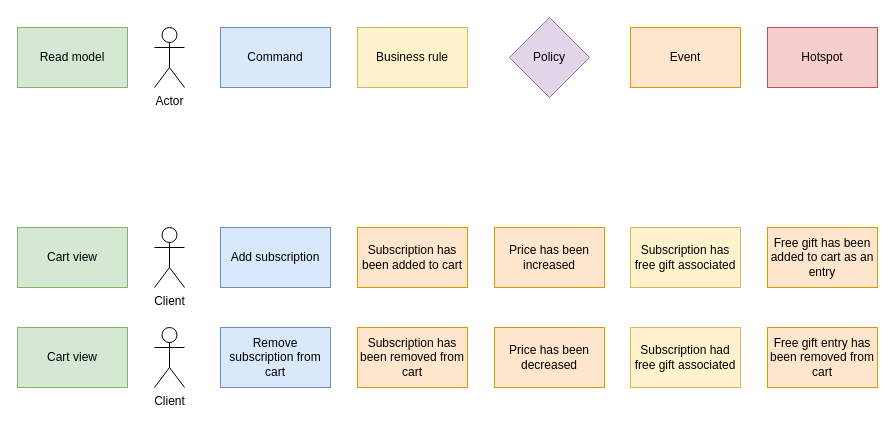
The draw.io diagram DNA_Droga_Nowoczesnego_Architekta/week_6/excercises/exc_2/subscription_dles.drawio in breader124/notes, before the edit. Source tidied: cells renumbered, new cells numbered last; positions are measured from the earlier drawing's top-left corner, leaving out a move shared by most shapes. Both pictures are drawn from the tidied source at 100%, with x=0, y=0 at pixel (17, 17).
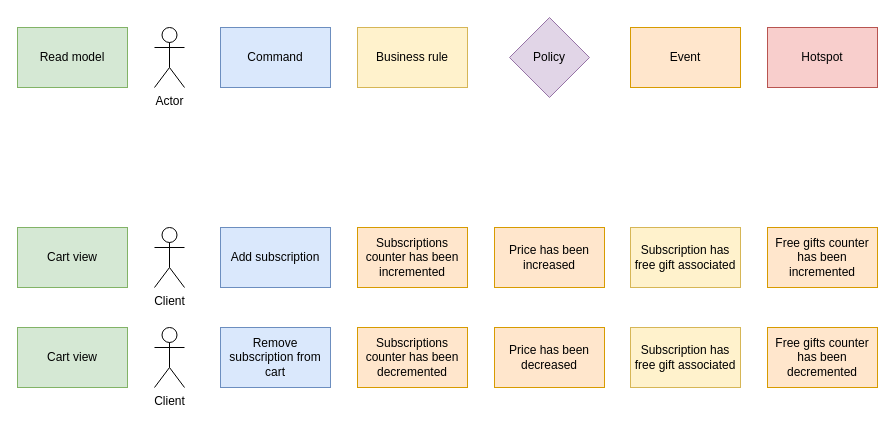
The same page after the edit.

Change to the diagram source:
```diff
@@
-    <mxCell id="11" value="Subscription has been added to cart" style="rounded=0;whiteSpace=wrap;html=1;fillColor=#ffe6cc;strokeColor=#d79b00;" parent="1" vertex="1">
+    <mxCell id="11" value="Subscriptions counter has been incremented" style="rounded=0;whiteSpace=wrap;html=1;fillColor=#ffe6cc;strokeColor=#d79b00;" parent="1" vertex="1">
       <mxGeometry x="340" y="210" width="110" height="60" as="geometry" />
     </mxCell>
@@
-    <mxCell id="14" value="Subscription has been removed from cart" style="rounded=0;whiteSpace=wrap;html=1;fillColor=#ffe6cc;strokeColor=#d79b00;" parent="1" vertex="1">
+    <mxCell id="14" value="Subscriptions counter has been decremented" style="rounded=0;whiteSpace=wrap;html=1;fillColor=#ffe6cc;strokeColor=#d79b00;" parent="1" vertex="1">
       <mxGeometry x="340" y="310" width="110" height="60" as="geometry" />
     </mxCell>
@@
-    <mxCell id="20" value="Free gift has been added to cart as an entry" style="rounded=0;whiteSpace=wrap;html=1;fillColor=#ffe6cc;strokeColor=#d79b00;" parent="1" vertex="1">
+    <mxCell id="20" value="Free gifts counter has been incremented" style="rounded=0;whiteSpace=wrap;html=1;fillColor=#ffe6cc;strokeColor=#d79b00;" parent="1" vertex="1">
       <mxGeometry x="750" y="210" width="110" height="60" as="geometry" />
     </mxCell>
-    <mxCell id="21" value="Subscription had free gift associated" style="rounded=0;whiteSpace=wrap;html=1;fillColor=#fff2cc;strokeColor=#d6b656;" parent="1" vertex="1">
+    <mxCell id="21" value="Subscription has free gift associated" style="rounded=0;whiteSpace=wrap;html=1;fillColor=#fff2cc;strokeColor=#d6b656;" parent="1" vertex="1">
       <mxGeometry x="613" y="310" width="110" height="60" as="geometry" />
     </mxCell>
-    <mxCell id="22" value="Free gift entry has been removed from cart" style="rounded=0;whiteSpace=wrap;html=1;fillColor=#ffe6cc;strokeColor=#d79b00;" parent="1" vertex="1">
+    <mxCell id="22" value="Free gifts counter has been decremented" style="rounded=0;whiteSpace=wrap;html=1;fillColor=#ffe6cc;strokeColor=#d79b00;" parent="1" vertex="1">
       <mxGeometry x="750" y="310" width="110" height="60" as="geometry" />
     </mxCell>
```
